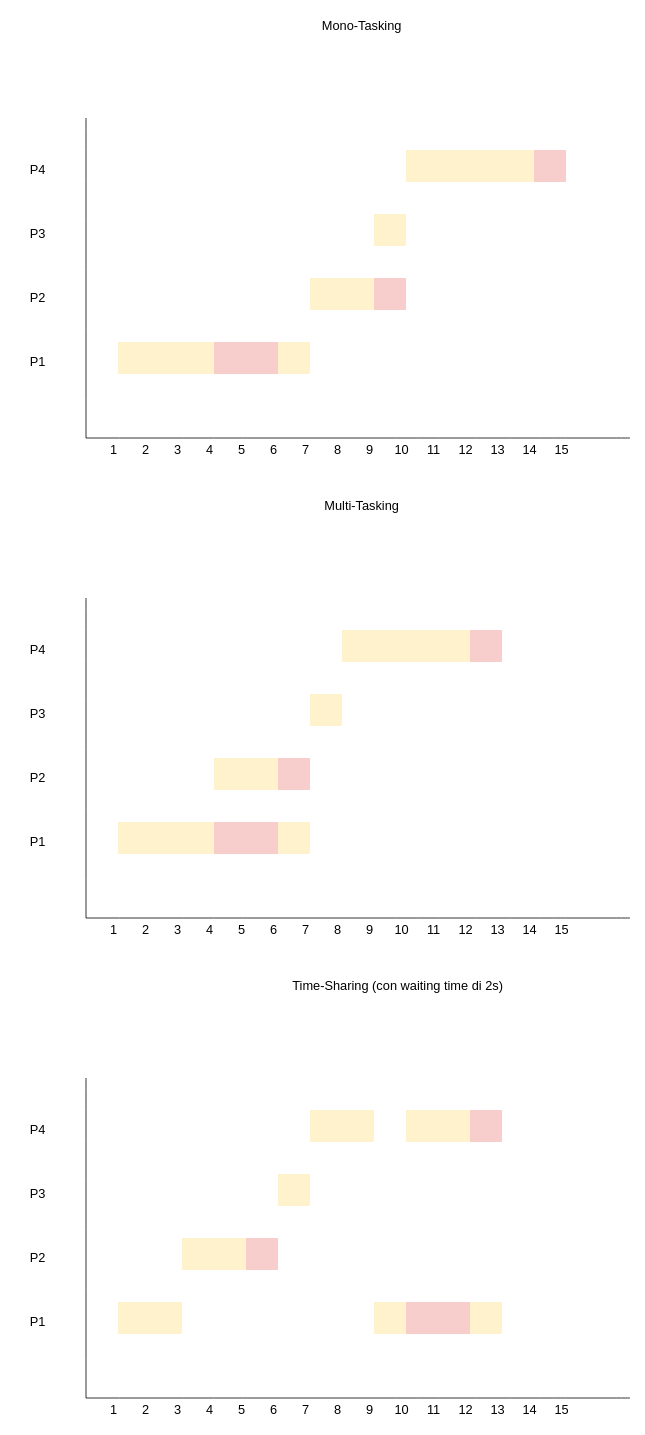
This is U1/S3/L1/Esercizio_S3L1.drawio from LucaCalzia/ConsegneCorsoCS, a draw.io file, before an edit. Source tidied: cells renumbered, new cells numbered last; positions are measured from the earlier drawing's top-left corner, leaving out a move shared by most shapes. Both pictures are drawn from the tidied source at 80%, with x=0, y=0 at pixel (14, 14).
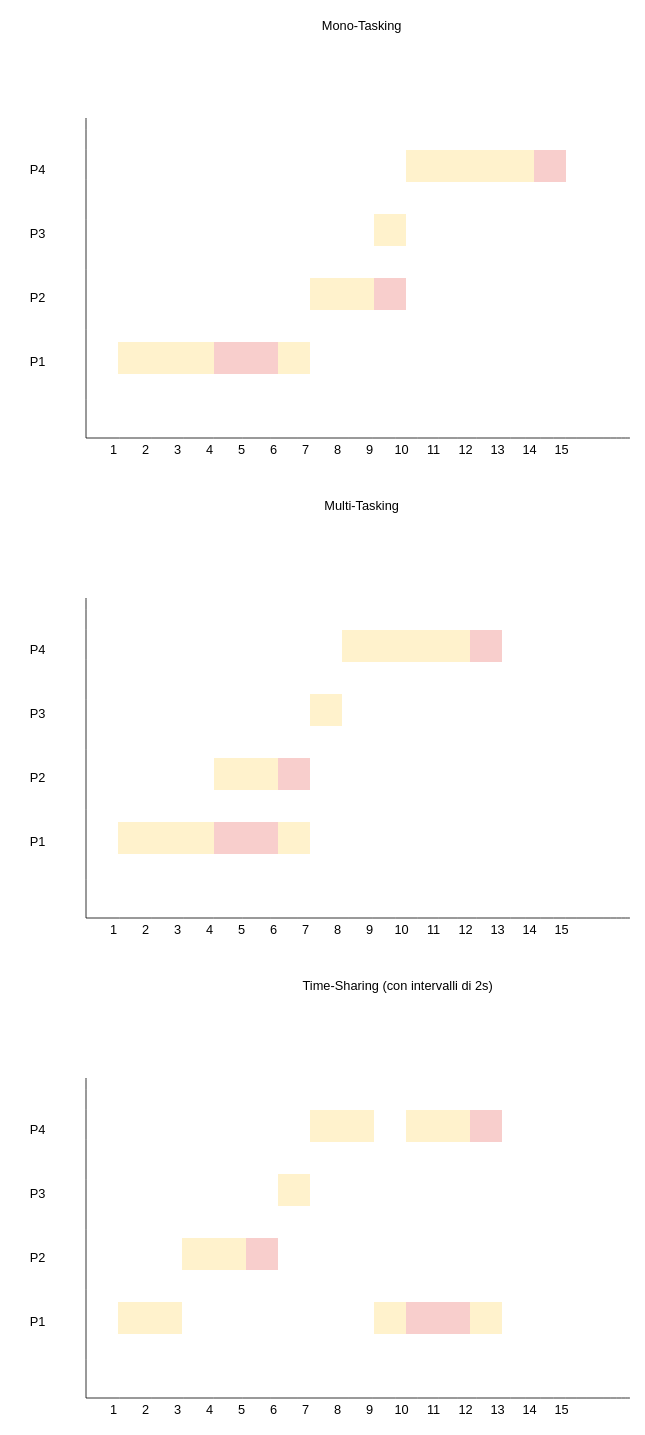
The same page after the edit.

Change to the diagram source:
```diff
@@
-    <mxCell id="84" value="Time-Sharing (con waiting time di 2s)" style="text;html=1;whiteSpace=wrap;strokeColor=none;fillColor=none;align=center;verticalAlign=middle;rounded=0;fontSize=16;" parent="1" vertex="1">
+    <mxCell id="84" value="Time-Sharing (con intervalli di 2s)" style="text;html=1;whiteSpace=wrap;strokeColor=none;fillColor=none;align=center;verticalAlign=middle;rounded=0;fontSize=16;" parent="1" vertex="1">
       <mxGeometry x="340" y="1200" width="280" height="30" as="geometry" />
     </mxCell>
```
